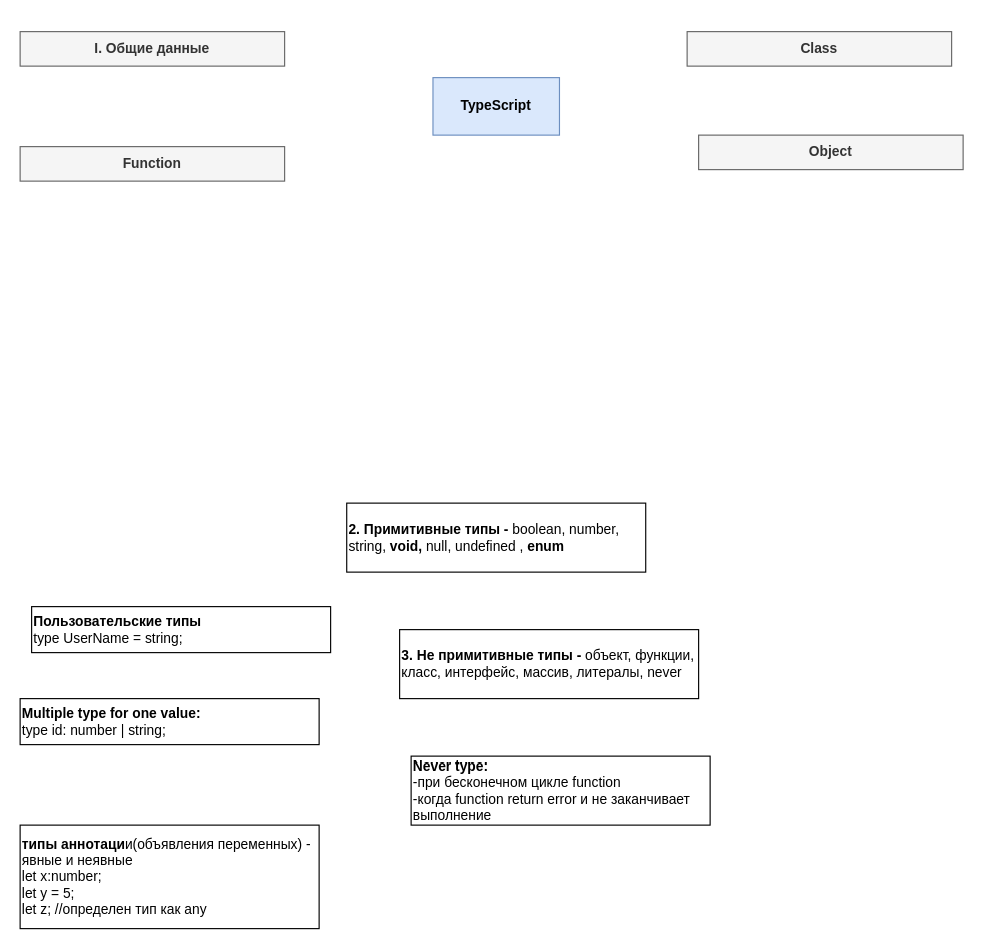
The draw.io diagram Diagram learning TypeScript.drawio in AndrosovMA/Fundamentals-TypeScript, before the edit. Source tidied: cells renumbered, new cells numbered last; positions are measured from the earlier drawing's top-left corner, leaving out a move shared by most shapes. Both pictures are drawn from the tidied source at 115%, with x=0, y=0 at pixel (20, 31).
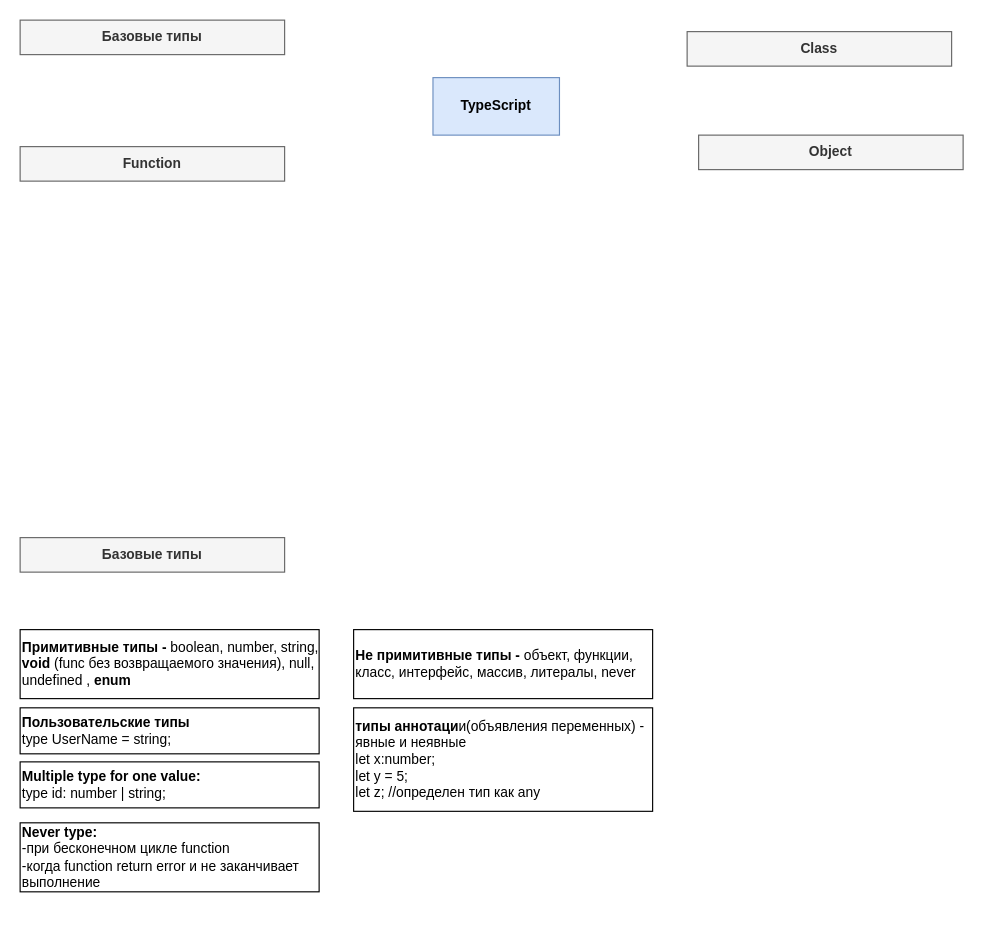
After the change.

Change to the diagram source:
```diff
@@
 <mxGraphModel>
   <root>
     <mxCell id="0" />
     <mxCell id="1" parent="0" />
     <mxCell id="2" value="TypeScript" style="rounded=0;whiteSpace=wrap;html=1;fillColor=#dae8fc;strokeColor=#6c8ebf;fontStyle=1;" parent="1" vertex="1">
       <mxGeometry x="359" y="40" width="110" height="50" as="geometry" />
     </mxCell>
     <mxCell id="3" value="&lt;b&gt;типы аннотаци&lt;/b&gt;и(объявления переменных) - явные и неявные&lt;br&gt;let x:number;&lt;br&gt;let y = 5;&lt;br&gt;let z; //определен тип как any" style="rounded=0;whiteSpace=wrap;fontSize=12;html=1;align=left;" parent="1" vertex="1">
-      <mxGeometry y="690" width="260" height="90" as="geometry" />
+      <mxGeometry x="290" y="588" width="260" height="90" as="geometry" />
     </mxCell>
-    <mxCell id="4" value="&lt;b&gt;2. Примитивные типы -&lt;/b&gt; boolean, number, string, &lt;b&gt;void,&lt;/b&gt; null, undefined , &lt;b&gt;enum&lt;/b&gt;" style="rounded=0;whiteSpace=wrap;fontSize=12;labelBackgroundColor=none;labelBorderColor=none;html=1;labelPosition=center;verticalLabelPosition=middle;align=left;verticalAlign=middle;" parent="1" vertex="1">
-      <mxGeometry x="284" y="410" width="260" height="60" as="geometry" />
+    <mxCell id="4" value="&lt;b&gt;Примитивные типы -&lt;/b&gt; boolean, number, string, &lt;b&gt;void &lt;/b&gt;(func без возвращаемого значения), null, undefined , &lt;b&gt;enum&lt;/b&gt;" style="rounded=0;whiteSpace=wrap;fontSize=12;labelBackgroundColor=none;labelBorderColor=none;html=1;labelPosition=center;verticalLabelPosition=middle;align=left;verticalAlign=middle;" parent="1" vertex="1">
+      <mxGeometry y="520" width="260" height="60" as="geometry" />
     </mxCell>
-    <mxCell id="5" value="I. Общие данные" style="rounded=0;whiteSpace=wrap;html=1;fillColor=#f5f5f5;strokeColor=#666666;fontColor=#333333;fontStyle=1;" parent="1" vertex="1">
-      <mxGeometry width="230" height="30" as="geometry" />
-    </mxCell>
-    <mxCell id="6" value="&lt;b&gt;3. Не примитивные типы -&lt;/b&gt;&amp;nbsp;объект, функции, класс, интерфейс, массив, литералы, never" style="rounded=0;whiteSpace=wrap;fontSize=12;labelBackgroundColor=none;labelBorderColor=none;html=1;labelPosition=center;verticalLabelPosition=middle;align=left;verticalAlign=middle;" parent="1" vertex="1">
-      <mxGeometry x="330" y="520" width="260" height="60" as="geometry" />
+    <mxCell id="6" value="&lt;b&gt;Не примитивные типы -&lt;/b&gt;&amp;nbsp;объект, функции, класс, интерфейс, массив, литералы, never" style="rounded=0;whiteSpace=wrap;fontSize=12;labelBackgroundColor=none;labelBorderColor=none;html=1;labelPosition=center;verticalLabelPosition=middle;align=left;verticalAlign=middle;" parent="1" vertex="1">
+      <mxGeometry x="290" y="520" width="260" height="60" as="geometry" />
     </mxCell>
     <mxCell id="7" value="&lt;span&gt;&lt;b&gt;Пользовательские типы&lt;/b&gt;&lt;br&gt;type UserName = string;&lt;br&gt;&lt;/span&gt;" style="rounded=0;whiteSpace=wrap;fontSize=12;labelBackgroundColor=none;labelBorderColor=none;html=1;labelPosition=center;verticalLabelPosition=middle;align=left;verticalAlign=middle;fontStyle=0;" parent="1" vertex="1">
-      <mxGeometry x="10" y="500" width="260" height="40" as="geometry" />
+      <mxGeometry y="588" width="260" height="40" as="geometry" />
     </mxCell>
     <mxCell id="8" value="&lt;span&gt;&lt;b&gt;Multiple type for one value:&lt;/b&gt;&lt;br&gt;type id: number | string;&lt;br&gt;&lt;/span&gt;" style="rounded=0;whiteSpace=wrap;fontSize=12;labelBackgroundColor=none;labelBorderColor=none;html=1;labelPosition=center;verticalLabelPosition=middle;align=left;verticalAlign=middle;fontStyle=0;" parent="1" vertex="1">
-      <mxGeometry y="580" width="260" height="40" as="geometry" />
+      <mxGeometry y="635" width="260" height="40" as="geometry" />
     </mxCell>
     <mxCell id="9" value="&lt;span&gt;&lt;b&gt;Never type:&amp;nbsp;&lt;/b&gt;&lt;br&gt;-при бесконечном цикле function&lt;br&gt;-когда function return error и не заканчивает выполнение&lt;br&gt;&lt;/span&gt;" style="rounded=0;whiteSpace=wrap;fontSize=12;labelBackgroundColor=none;labelBorderColor=none;html=1;labelPosition=center;verticalLabelPosition=middle;align=left;verticalAlign=middle;fontStyle=0;" parent="1" vertex="1">
-      <mxGeometry x="340" y="630" width="260" height="60" as="geometry" />
+      <mxGeometry y="688" width="260" height="60" as="geometry" />
     </mxCell>
     <mxCell id="10" value="Function" style="rounded=0;whiteSpace=wrap;html=1;fillColor=#f5f5f5;strokeColor=#666666;fontColor=#333333;fontStyle=1;" parent="1" vertex="1">
       <mxGeometry y="100" width="230" height="30" as="geometry" />
     </mxCell>
     <mxCell id="11" value="Object" style="rounded=0;whiteSpace=wrap;html=1;fillColor=#f5f5f5;strokeColor=#666666;fontColor=#333333;fontStyle=1;" parent="1" vertex="1">
       <mxGeometry x="590" y="90" width="230" height="30" as="geometry" />
     </mxCell>
     <mxCell id="12" value="Class" style="rounded=0;whiteSpace=wrap;html=1;fillColor=#f5f5f5;strokeColor=#666666;fontColor=#333333;fontStyle=1;" parent="1" vertex="1">
       <mxGeometry x="580" width="230" height="30" as="geometry" />
     </mxCell>
+    <mxCell id="13" value="Базовые типы" style="rounded=0;whiteSpace=wrap;html=1;fillColor=#f5f5f5;strokeColor=#666666;fontColor=#333333;fontStyle=1;" parent="1" vertex="1">
+      <mxGeometry y="-10" width="230" height="30" as="geometry" />
+    </mxCell>
+    <mxCell id="14" value="Базовые типы" style="rounded=0;whiteSpace=wrap;html=1;fillColor=#f5f5f5;strokeColor=#666666;fontColor=#333333;fontStyle=1;" parent="1" vertex="1">
+      <mxGeometry y="440" width="230" height="30" as="geometry" />
+    </mxCell>
   </root>
 </mxGraphModel>
```
